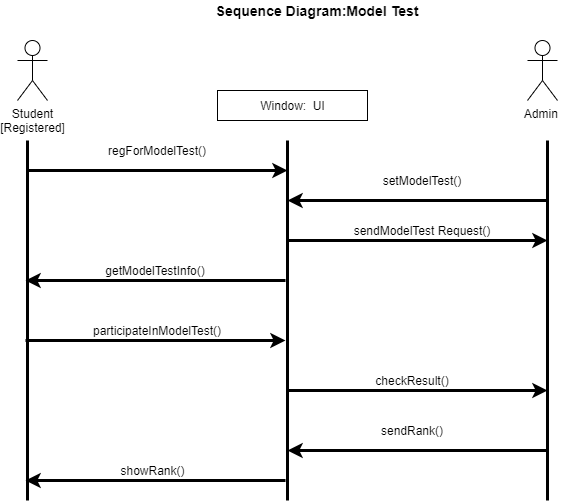
The draw.io diagram sequence_diagram(Model Test).png in SabiulSabit/UML-Diagram-For-Project, before a commit. Source tidied: cells renumbered, new cells last; positions are measured from the earlier drawing's top-left corner, leaving out a move shared by most shapes.
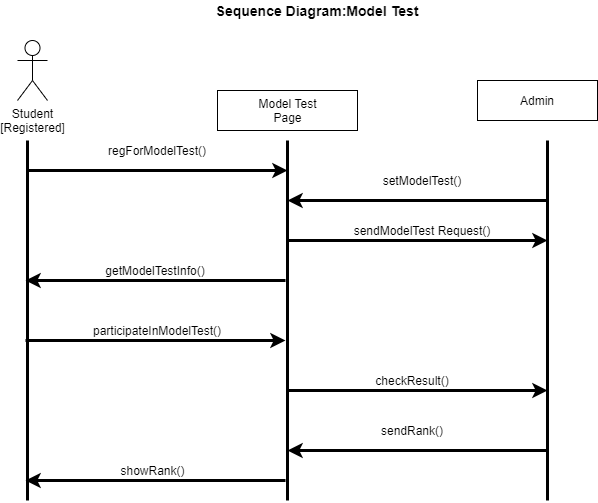
After the commit.

The edit, as a diff of the source:
```diff
@@ -35,9 +35,6 @@
         <mxPoint x="8" y="280" as="targetPoint" />
       </mxGeometry>
     </mxCell>
-    <mxCell id="8" value="Admin&amp;nbsp;" style="shape=umlActor;verticalLabelPosition=bottom;labelBackgroundColor=#ffffff;verticalAlign=top;html=1;" parent="1" vertex="1">
-      <mxGeometry x="510" y="40" width="30" height="60" as="geometry" />
-    </mxCell>
     <mxCell id="9" style="endArrow=classic;html=1;strokeWidth=3;" parent="1" edge="1">
       <mxGeometry relative="1" as="geometry">
         <mxPoint x="270" y="390" as="sourcePoint" />
@@ -60,10 +57,10 @@
       <mxGeometry x="63" y="460" width="145" height="20" as="geometry" />
     </mxCell>
     <mxCell id="14" style="rounded=0;whiteSpace=wrap;html=1;" parent="1" vertex="1">
-      <mxGeometry x="200" y="90" width="150" height="30" as="geometry" />
+      <mxGeometry x="200" y="90" width="140" height="40" as="geometry" />
     </mxCell>
-    <mxCell id="15" value="Window:&amp;nbsp; UI" style="text;html=1;strokeColor=none;fillColor=none;align=center;verticalAlign=middle;whiteSpace=wrap;rounded=0;" parent="1" vertex="1">
-      <mxGeometry x="232.5" y="95" width="85" height="20" as="geometry" />
+    <mxCell id="15" value="Model Test Page" style="text;html=1;strokeColor=none;fillColor=none;align=center;verticalAlign=middle;whiteSpace=wrap;rounded=0;" parent="1" vertex="1">
+      <mxGeometry x="227.5" y="100" width="85" height="20" as="geometry" />
     </mxCell>
     <mxCell id="16" value="&lt;font style=&quot;font-size: 14px&quot;&gt;&lt;b&gt;Sequence Diagram:Model Test&lt;/b&gt;&lt;/font&gt;" style="text;html=1;strokeColor=none;fillColor=none;align=center;verticalAlign=middle;whiteSpace=wrap;rounded=0;" parent="1" vertex="1">
       <mxGeometry x="170" width="260" height="20" as="geometry" />
@@ -107,5 +104,8 @@
     <mxCell id="25" value="participateInModelTest()" style="text;html=1;strokeColor=none;fillColor=none;align=center;verticalAlign=middle;whiteSpace=wrap;rounded=0;" parent="1" vertex="1">
       <mxGeometry x="120" y="320" width="40" height="20" as="geometry" />
     </mxCell>
+    <mxCell id="8" value="Admin" style="rounded=0;whiteSpace=wrap;html=1;" parent="1" vertex="1">
+      <mxGeometry x="460" y="80" width="120" height="40" as="geometry" />
+    </mxCell>
   </root>
 </mxGraphModel>
```
